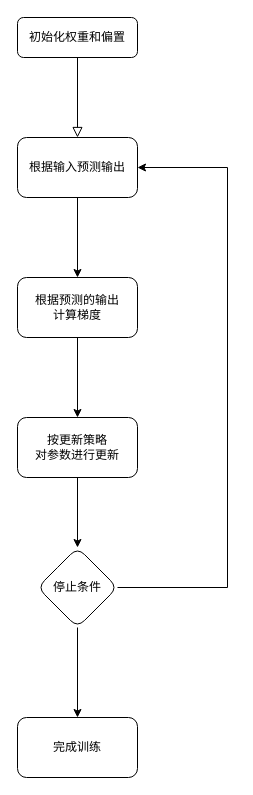
This is BP.drawio from xwzby/flow-chart, a draw.io file, before an edit. Source tidied: cells renumbered, new cells numbered last; positions are measured from the earlier drawing's top-left corner, leaving out a move shared by most shapes. Both pictures are drawn from the tidied source at 100%, with x=0, y=0 at pixel (17, 17).
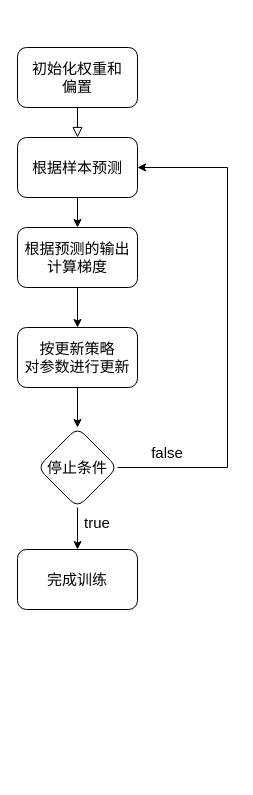
After the change.

What changed in the source:
```diff
@@
 <mxGraphModel>
   <root>
     <mxCell id="0" />
     <mxCell id="1" parent="0" />
-    <mxCell id="2" style="rounded=0;html=1;jettySize=auto;fontSize=11;endArrow=block;endFill=0;endSize=8;strokeWidth=1;shadow=0;labelBackgroundColor=none;edgeStyle=orthogonalEdgeStyle;entryX=0.5;entryY=0;entryDx=0;entryDy=0;" parent="1" edge="1" source="3" target="5">
+    <mxCell id="2" style="rounded=0;html=1;jettySize=auto;fontSize=15;endArrow=block;endFill=0;endSize=8;strokeWidth=1;shadow=0;labelBackgroundColor=none;edgeStyle=orthogonalEdgeStyle;entryX=0.5;entryY=0;entryDx=0;entryDy=0;" parent="1" edge="1" source="3" target="5">
       <mxGeometry relative="1" as="geometry" />
     </mxCell>
-    <mxCell id="3" value="初始化权重和偏置" style="rounded=1;whiteSpace=wrap;html=1;fontSize=12;glass=0;strokeWidth=1;shadow=0;" parent="1" vertex="1">
-      <mxGeometry width="120" height="40" as="geometry" />
+    <mxCell id="3" value="初始化权重和&lt;div&gt;偏置&lt;/div&gt;" style="rounded=1;whiteSpace=wrap;html=1;fontSize=15;glass=0;strokeWidth=1;shadow=0;" parent="1" vertex="1">
+      <mxGeometry y="30" width="120" height="60" as="geometry" />
     </mxCell>
-    <mxCell id="4" style="edgeStyle=orthogonalEdgeStyle;rounded=0;jettySize=auto;html=1;" parent="1" edge="1" source="5" target="7">
+    <mxCell id="4" style="edgeStyle=orthogonalEdgeStyle;rounded=0;jettySize=auto;html=1;fontSize=15;" parent="1" edge="1" source="5" target="7">
       <mxGeometry relative="1" as="geometry" />
     </mxCell>
-    <mxCell id="5" value="根据输入预测输出" style="rounded=1;whiteSpace=wrap;html=1;" parent="1" vertex="1">
+    <mxCell id="5" value="根据样本预测" style="rounded=1;whiteSpace=wrap;html=1;fontSize=15;" parent="1" vertex="1">
       <mxGeometry y="120" width="120" height="60" as="geometry" />
     </mxCell>
-    <mxCell id="6" style="edgeStyle=orthogonalEdgeStyle;rounded=0;jettySize=auto;html=1;" parent="1" edge="1" source="7" target="9">
+    <mxCell id="6" style="edgeStyle=orthogonalEdgeStyle;rounded=0;jettySize=auto;html=1;fontSize=15;" parent="1" edge="1" source="7" target="9">
       <mxGeometry relative="1" as="geometry" />
     </mxCell>
-    <mxCell id="7" value="根据预测的输出&lt;br&gt;计算梯度" style="whiteSpace=wrap;html=1;rounded=1;" parent="1" vertex="1">
-      <mxGeometry y="260" width="120" height="60" as="geometry" />
+    <mxCell id="7" value="根据预测的输出&lt;br&gt;计算梯度" style="whiteSpace=wrap;html=1;rounded=1;fontSize=15;" parent="1" vertex="1">
+      <mxGeometry y="210" width="120" height="60" as="geometry" />
     </mxCell>
-    <mxCell id="8" style="edgeStyle=orthogonalEdgeStyle;rounded=0;jettySize=auto;html=1;" parent="1" edge="1" source="9" target="12">
+    <mxCell id="8" style="edgeStyle=orthogonalEdgeStyle;rounded=0;jettySize=auto;html=1;fontSize=15;" parent="1" edge="1" source="9" target="12">
       <mxGeometry relative="1" as="geometry" />
     </mxCell>
-    <mxCell id="9" value="按更新策略&lt;div&gt;对参数进行更新&lt;/div&gt;" style="whiteSpace=wrap;html=1;rounded=1;" parent="1" vertex="1">
-      <mxGeometry y="400" width="120" height="60" as="geometry" />
+    <mxCell id="9" value="按更新策略&lt;div&gt;对参数进行更新&lt;/div&gt;" style="whiteSpace=wrap;html=1;rounded=1;fontSize=15;" parent="1" vertex="1">
+      <mxGeometry y="310" width="120" height="60" as="geometry" />
     </mxCell>
-    <mxCell id="10" style="edgeStyle=orthogonalEdgeStyle;rounded=0;jettySize=auto;html=1;entryX=1;entryY=0.5;entryDx=0;entryDy=0;" parent="1" edge="1" source="12" target="5">
+    <mxCell id="10" style="edgeStyle=orthogonalEdgeStyle;rounded=0;jettySize=auto;html=1;entryX=1;entryY=0.5;entryDx=0;entryDy=0;fontSize=15;" parent="1" edge="1" source="12" target="5">
       <mxGeometry relative="1" as="geometry">
         <Array as="points">
-          <mxPoint x="210" y="570" />
+          <mxPoint x="210" y="450" />
           <mxPoint x="210" y="150" />
         </Array>
       </mxGeometry>
     </mxCell>
-    <mxCell id="11" style="edgeStyle=orthogonalEdgeStyle;rounded=0;jettySize=auto;html=1;" parent="1" edge="1" source="12" target="13">
+    <mxCell id="11" style="edgeStyle=orthogonalEdgeStyle;rounded=0;jettySize=auto;html=1;fontSize=15;" parent="1" edge="1" source="12" target="13">
       <mxGeometry relative="1" as="geometry" />
     </mxCell>
-    <mxCell id="12" value="停止条件" style="rhombus;whiteSpace=wrap;html=1;rounded=1;" parent="1" vertex="1">
-      <mxGeometry x="20" y="530" width="80" height="80" as="geometry" />
+    <mxCell id="12" value="停止条件" style="rhombus;whiteSpace=wrap;html=1;rounded=1;fontSize=15;" parent="1" vertex="1">
+      <mxGeometry x="20" y="410" width="80" height="80" as="geometry" />
     </mxCell>
-    <mxCell id="13" value="完成训练" style="whiteSpace=wrap;html=1;rounded=1;" parent="1" vertex="1">
-      <mxGeometry y="700" width="120" height="60" as="geometry" />
+    <mxCell id="13" value="完成训练" style="whiteSpace=wrap;html=1;rounded=1;fontSize=15;" parent="1" vertex="1">
+      <mxGeometry y="532" width="120" height="60" as="geometry" />
     </mxCell>
+    <mxCell id="14" value="false" style="text;html=1;align=center;verticalAlign=middle;whiteSpace=wrap;rounded=0;fontSize=15;" parent="1" vertex="1">
+      <mxGeometry x="120" y="420" width="60" height="30" as="geometry" />
+    </mxCell>
+    <mxCell id="15" value="true" style="text;html=1;align=center;verticalAlign=middle;whiteSpace=wrap;rounded=0;fontSize=15;" parent="1" vertex="1">
+      <mxGeometry x="50" y="490" width="60" height="30" as="geometry" />
+    </mxCell>
   </root>
 </mxGraphModel>
```
